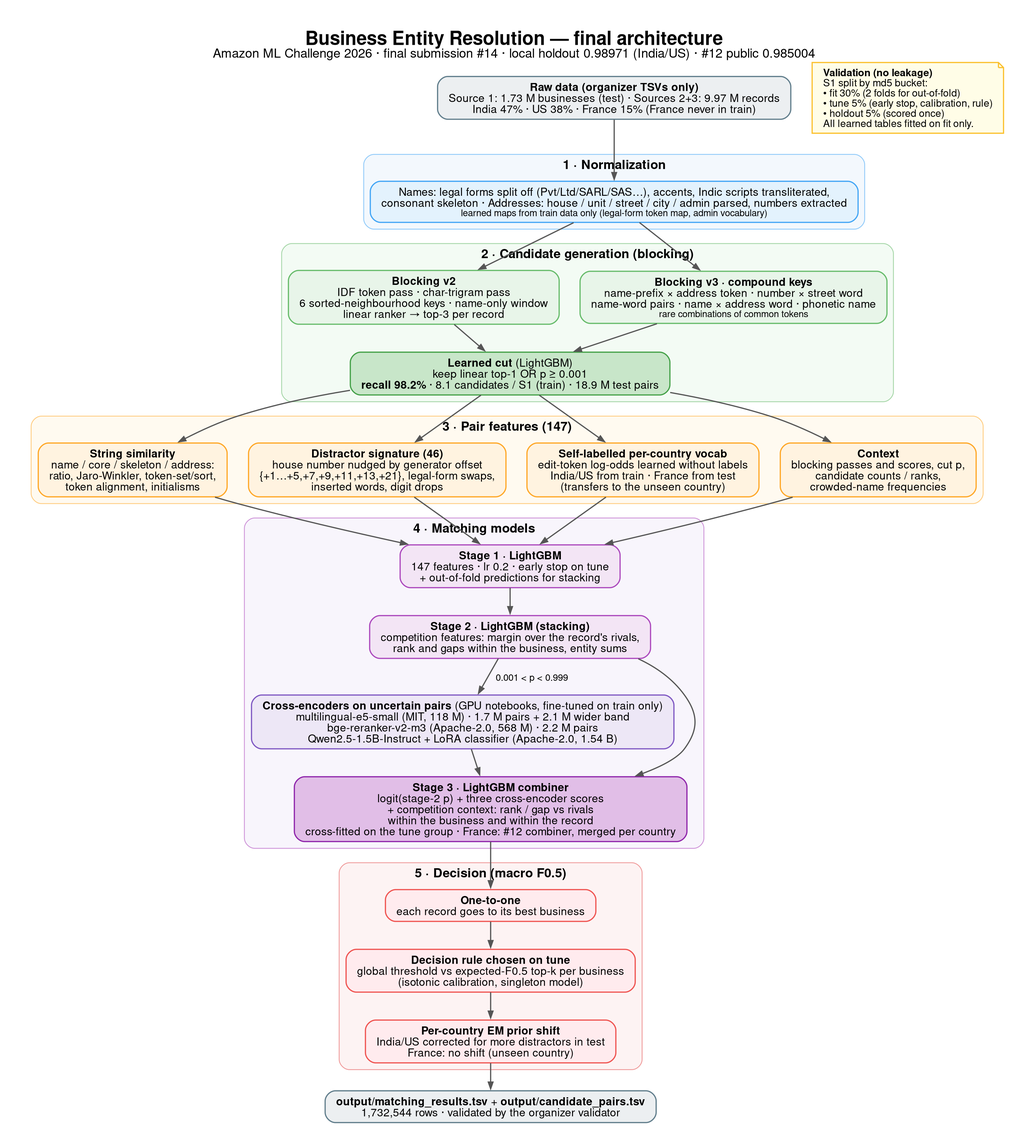
Earlier version of the Graphviz export docs/diagrams/final_architecture.png (Dharaneswara-Reddy/amazon-ml-challenge-2026). Its source is kept beside it as docs/diagrams/final_architecture.dot.
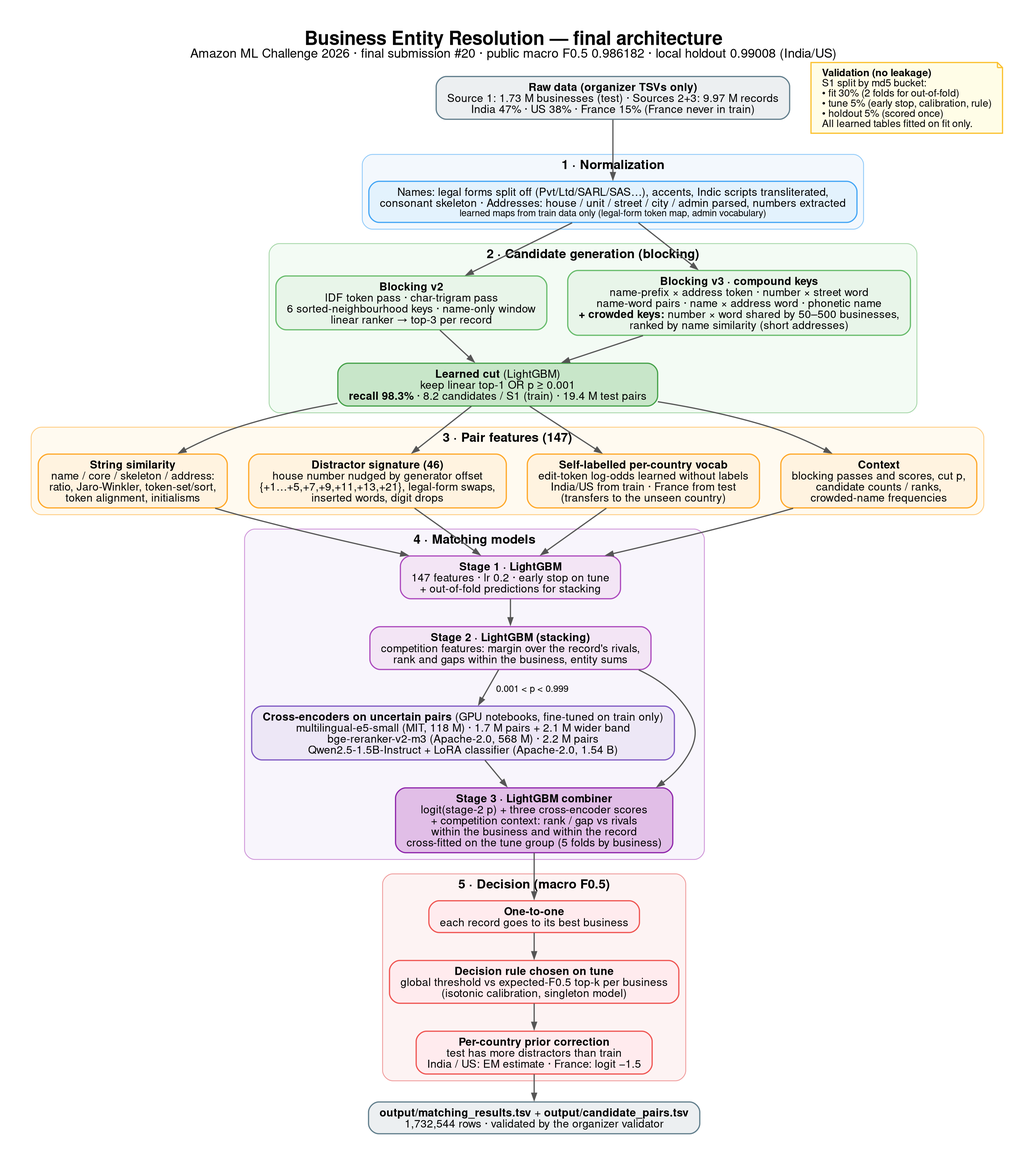
Above is the later version.

Commit message:
Methodology aligned with the final submission #20; diagram updated

The edit, as a diff of the source:
```diff
@@ -1,6 +1,6 @@
 digraph arch {
   graph [rankdir=TB, fontname="Helvetica", fontsize=22, labelloc=t, nodesep=0.35, ranksep=0.45, pad=0.4,
-         label=<<B>Business Entity Resolution — final architecture</B><BR/><FONT POINT-SIZE="15">Amazon ML Challenge 2026 · final submission #14 · local holdout 0.98971 (India/US) · #12 public 0.985004</FONT>>];
+         label=<<B>Business Entity Resolution — final architecture</B><BR/><FONT POINT-SIZE="15">Amazon ML Challenge 2026 · final submission #20 · public macro F0.5 0.986182 · local holdout 0.99008 (India/US)</FONT>>];
   node  [shape=box, style="rounded,filled", fontname="Helvetica", fontsize=13, penwidth=1.4, margin="0.18,0.08"];
   edge  [color="#555555", penwidth=1.4, arrowsize=0.8, fontname="Helvetica", fontsize=11];
 
@@ -14,8 +14,8 @@
   subgraph cluster_block {
     label=<<B>2 · Candidate generation (blocking)</B>>; style="rounded,filled"; fillcolor="#f3fbf4"; color="#a5d6a7"; fontsize=15;
     b2 [label=<<B>Blocking v2</B><BR/>IDF token pass · char-trigram pass<BR/>6 sorted-neighbourhood keys · name-only window<BR/>linear ranker → top-3 per record>, fillcolor="#e8f5e9", color="#66bb6a"];
-    b3 [label=<<B>Blocking v3 · compound keys</B><BR/>name-prefix × address token · number × street word<BR/>name-word pairs · name × address word · phonetic name<BR/><FONT POINT-SIZE="11">rare combinations of common tokens</FONT>>, fillcolor="#e8f5e9", color="#66bb6a"];
-    cut [label=<<B>Learned cut</B> (LightGBM)<BR/>keep linear top-1 OR p ≥ 0.001<BR/><B>recall 98.2%</B> · 8.1 candidates / S1 (train) · 18.9 M test pairs>, fillcolor="#c8e6c9", color="#43a047"];
+    b3 [label=<<B>Blocking v3 · compound keys</B><BR/>name-prefix × address token · number × street word<BR/>name-word pairs · name × address word · phonetic name<BR/><B>+ crowded keys:</B> number × word shared by 50–500 businesses,<BR/>ranked by name similarity (short addresses)>, fillcolor="#e8f5e9", color="#66bb6a"];
+    cut [label=<<B>Learned cut</B> (LightGBM)<BR/>keep linear top-1 OR p ≥ 0.001<BR/><B>recall 98.3%</B> · 8.2 candidates / S1 (train) · 19.4 M test pairs>, fillcolor="#c8e6c9", color="#43a047"];
     {rank=same; b2; b3}
   }
 
@@ -33,14 +33,14 @@
     s1 [label=<<B>Stage 1 · LightGBM</B><BR/>147 features · lr 0.2 · early stop on tune<BR/>+ out-of-fold predictions for stacking>, fillcolor="#f3e5f5", color="#ab47bc"];
     s2 [label=<<B>Stage 2 · LightGBM (stacking)</B><BR/>competition features: margin over the record's rivals,<BR/>rank and gaps within the business, entity sums>, fillcolor="#f3e5f5", color="#ab47bc"];
     ce [label=<<B>Cross-encoders on uncertain pairs</B> (GPU notebooks, fine-tuned on train only)<BR/>multilingual-e5-small (MIT, 118 M) · 1.7 M pairs + 2.1 M wider band<BR/>bge-reranker-v2-m3 (Apache-2.0, 568 M) · 2.2 M pairs<BR/>Qwen2.5-1.5B-Instruct + LoRA classifier (Apache-2.0, 1.54 B)>, fillcolor="#ede7f6", color="#7e57c2"];
-    s3 [label=<<B>Stage 3 · LightGBM combiner</B><BR/>logit(stage-2 p) + three cross-encoder scores<BR/>+ competition context: rank / gap vs rivals<BR/>within the business and within the record<BR/>cross-fitted on the tune group · France: #12 combiner, merged per country>, fillcolor="#e1bee7", color="#8e24aa"];
+    s3 [label=<<B>Stage 3 · LightGBM combiner</B><BR/>logit(stage-2 p) + three cross-encoder scores<BR/>+ competition context: rank / gap vs rivals<BR/>within the business and within the record<BR/>cross-fitted on the tune group (5 folds by business)>, fillcolor="#e1bee7", color="#8e24aa"];
   }
 
   subgraph cluster_dec {
     label=<<B>5 · Decision (macro F0.5)</B>>; style="rounded,filled"; fillcolor="#fdf3f3"; color="#ef9a9a"; fontsize=15;
     oto [label=<<B>One-to-one</B><BR/>each record goes to its best business>, fillcolor="#ffebee", color="#ef5350"];
     rule [label=<<B>Decision rule chosen on tune</B><BR/>global threshold vs expected-F0.5 top-k per business<BR/>(isotonic calibration, singleton model)>, fillcolor="#ffebee", color="#ef5350"];
-    shift [label=<<B>Per-country EM prior shift</B><BR/>India/US corrected for more distractors in test<BR/>France: no shift (unseen country)>, fillcolor="#ffebee", color="#ef5350"];
+    shift [label=<<B>Per-country prior correction</B><BR/>test has more distractors than train<BR/>India / US: EM estimate · France: logit −1.5>, fillcolor="#ffebee", color="#ef5350"];
   }
 
   out [label=<<B>output/matching_results.tsv</B> + <B>output/candidate_pairs.tsv</B><BR/>1,732,544 rows · validated by the organizer validator>, fillcolor="#eceff1", color="#607d8b"];
```
